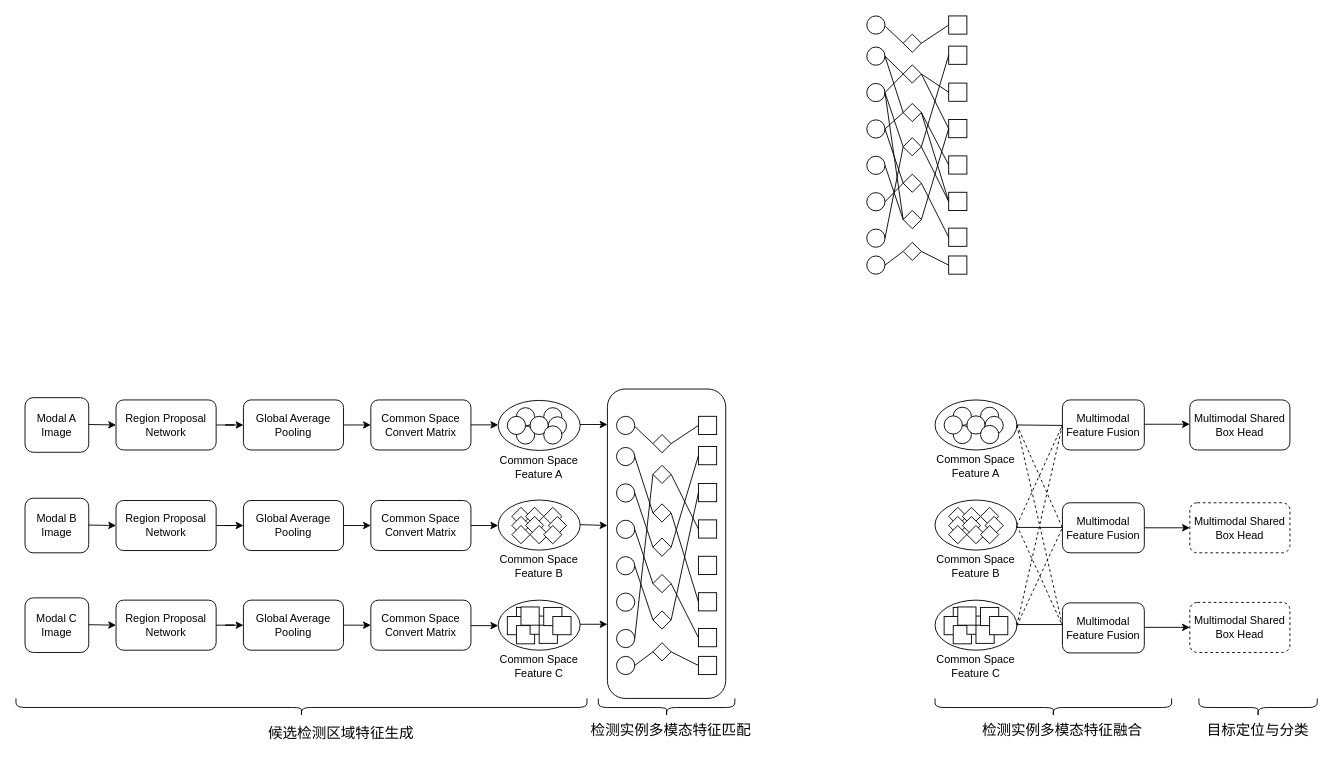
Earlier version of the draw.io diagram 多视角多模态目标检测3模态案例.drawio (thb1314/for_draw_io). Source tidied: cells renumbered, new cells numbered last; positions are measured from the earlier drawing's top-left corner, leaving out a move shared by most shapes. Both pictures are drawn from the tidied source at 91%, with x=0, y=0 at pixel (25, 15).
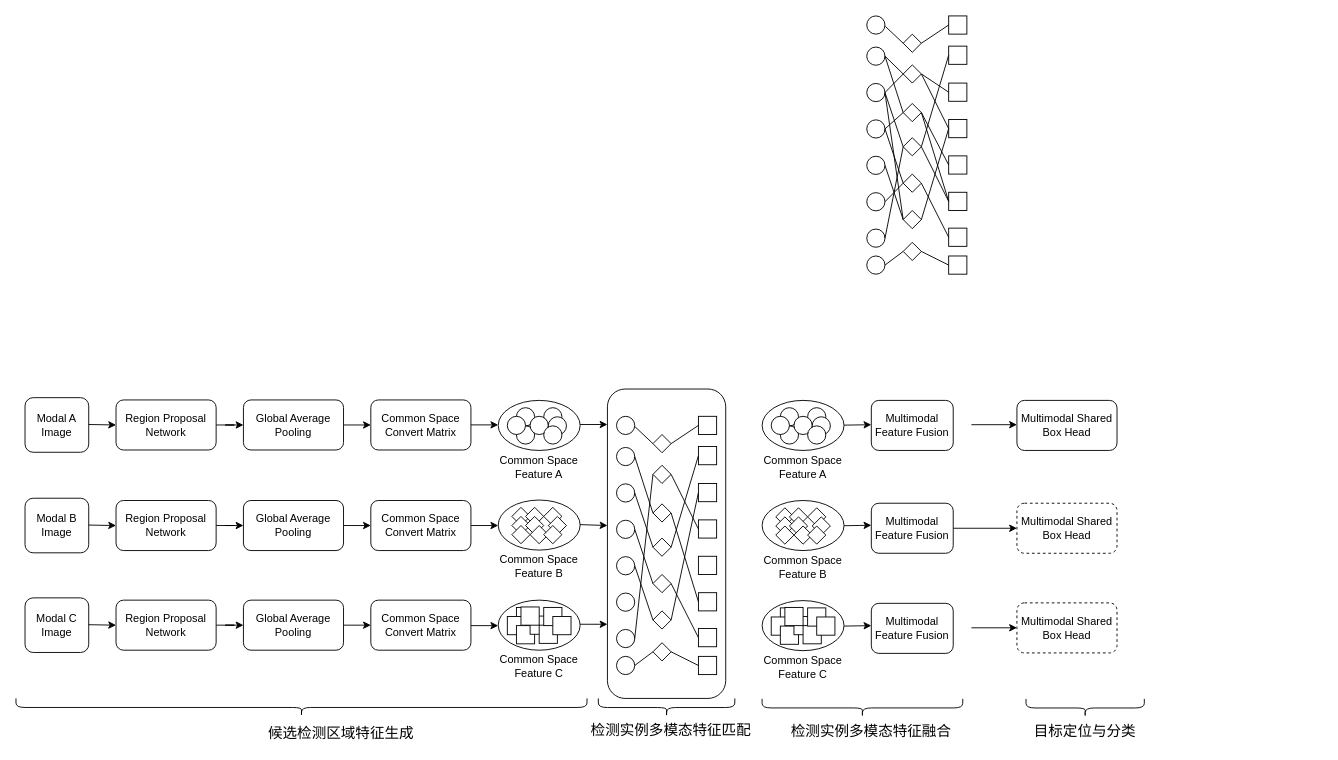
After the change.

Commit message (it also covers changes not shown here):
更新多视角多模态目标检测3模态案例.drawio

Change to the diagram source:
```diff
@@
     <mxCell id="5" value="&lt;font style=&quot;font-size: 16px;&quot;&gt;检测实例多模态特征融合&lt;/font&gt;" style="text;html=1;strokeColor=none;fillColor=none;align=center;verticalAlign=middle;whiteSpace=wrap;rounded=0;" parent="1" vertex="1">
-      <mxGeometry x="1050" y="772.5" width="180" height="25" as="geometry" />
+      <mxGeometry x="840" y="773" width="180" height="25" as="geometry" />
     </mxCell>
     <mxCell id="6" value="&lt;font style=&quot;font-size: 16px;&quot;&gt;目标定位与分类&lt;/font&gt;" style="text;html=1;strokeColor=none;fillColor=none;align=center;verticalAlign=middle;whiteSpace=wrap;rounded=0;" parent="1" vertex="1">
-      <mxGeometry x="1285" y="775" width="140" height="20" as="geometry" />
+      <mxGeometry x="1095" y="775.5" width="140" height="20" as="geometry" />
     </mxCell>
@@
     <mxCell id="81" value="Multimodal Shared Box&amp;nbsp;Head" style="rounded=1;whiteSpace=wrap;html=1;dashed=1;" parent="1" vertex="1">
-      <mxGeometry x="1280" y="535" width="110" height="55" as="geometry" />
+      <mxGeometry x="1090" y="535.5" width="110" height="55" as="geometry" />
     </mxCell>
     <mxCell id="82" value="Multimodal Shared Box&amp;nbsp;Head" style="rounded=1;whiteSpace=wrap;html=1;" parent="1" vertex="1">
-      <mxGeometry x="1280" y="422" width="110" height="55" as="geometry" />
+      <mxGeometry x="1090" y="422.5" width="110" height="55" as="geometry" />
     </mxCell>
     <mxCell id="83" value="Multimodal Shared Box&amp;nbsp;Head" style="rounded=1;whiteSpace=wrap;html=1;dashed=1;" parent="1" vertex="1">
-      <mxGeometry x="1280" y="644.5" width="110" height="55" as="geometry" />
+      <mxGeometry x="1090" y="645" width="110" height="55" as="geometry" />
     </mxCell>
@@
     <mxCell id="85" style="ellipse;whiteSpace=wrap;html=1;" parent="1" vertex="1">
-      <mxGeometry x="1000" y="422" width="90" height="55" as="geometry" />
+      <mxGeometry x="810" y="422.5" width="90" height="55" as="geometry" />
     </mxCell>
     <mxCell id="86" style="ellipse;whiteSpace=wrap;html=1;" parent="1" vertex="1">
-      <mxGeometry x="1020" y="430" width="20" height="20" as="geometry" />
+      <mxGeometry x="830" y="430.5" width="20" height="20" as="geometry" />
     </mxCell>
     <mxCell id="87" style="ellipse;whiteSpace=wrap;html=1;" parent="1" vertex="1">
-      <mxGeometry x="1050" y="430" width="20" height="20" as="geometry" />
+      <mxGeometry x="860" y="430.5" width="20" height="20" as="geometry" />
     </mxCell>
     <mxCell id="88" style="ellipse;whiteSpace=wrap;html=1;" parent="1" vertex="1">
-      <mxGeometry x="1020" y="450" width="20" height="20" as="geometry" />
+      <mxGeometry x="830" y="450.5" width="20" height="20" as="geometry" />
     </mxCell>
     <mxCell id="89" style="ellipse;whiteSpace=wrap;html=1;" parent="1" vertex="1">
-      <mxGeometry x="1010" y="439.5" width="20" height="20" as="geometry" />
+      <mxGeometry x="820" y="440" width="20" height="20" as="geometry" />
     </mxCell>
     <mxCell id="90" style="ellipse;whiteSpace=wrap;html=1;" parent="1" vertex="1">
-      <mxGeometry x="1035" y="439.5" width="20" height="20" as="geometry" />
+      <mxGeometry x="845" y="440" width="20" height="20" as="geometry" />
     </mxCell>
     <mxCell id="91" style="ellipse;whiteSpace=wrap;html=1;" parent="1" vertex="1">
-      <mxGeometry x="1055" y="440" width="20" height="20" as="geometry" />
+      <mxGeometry x="865" y="440.5" width="20" height="20" as="geometry" />
     </mxCell>
     <mxCell id="92" style="ellipse;whiteSpace=wrap;html=1;" parent="1" vertex="1">
-      <mxGeometry x="1050" y="450" width="20" height="20" as="geometry" />
+      <mxGeometry x="860" y="450.5" width="20" height="20" as="geometry" />
     </mxCell>
     <mxCell id="93" value="Common Space Feature A" style="text;html=1;strokeColor=none;fillColor=none;align=center;verticalAlign=middle;whiteSpace=wrap;rounded=0;" parent="1" vertex="1">
-      <mxGeometry x="990" y="480" width="110" height="30" as="geometry" />
+      <mxGeometry x="800" y="480.5" width="110" height="30" as="geometry" />
     </mxCell>
     <mxCell id="94" style="ellipse;whiteSpace=wrap;html=1;" parent="1" vertex="1">
-      <mxGeometry x="1000" y="532" width="90" height="55" as="geometry" />
+      <mxGeometry x="810" y="532.5" width="90" height="55" as="geometry" />
     </mxCell>
     <mxCell id="95" value="Common Space Feature B" style="text;html=1;strokeColor=none;fillColor=none;align=center;verticalAlign=middle;whiteSpace=wrap;rounded=0;" parent="1" vertex="1">
-      <mxGeometry x="990" y="590" width="110" height="30" as="geometry" />
+      <mxGeometry x="800" y="590.5" width="110" height="30" as="geometry" />
     </mxCell>
     <mxCell id="96" style="ellipse;whiteSpace=wrap;html=1;" parent="1" vertex="1">
-      <mxGeometry x="1000" y="642" width="90" height="55" as="geometry" />
+      <mxGeometry x="810" y="642.5" width="90" height="55" as="geometry" />
     </mxCell>
     <mxCell id="97" value="Common Space Feature C" style="text;html=1;strokeColor=none;fillColor=none;align=center;verticalAlign=middle;whiteSpace=wrap;rounded=0;" parent="1" vertex="1">
-      <mxGeometry x="990" y="700" width="110" height="30" as="geometry" />
+      <mxGeometry x="800" y="700.5" width="110" height="30" as="geometry" />
     </mxCell>
     <mxCell id="98" style="rhombus;whiteSpace=wrap;html=1;" parent="1" vertex="1">
-      <mxGeometry x="1015" y="540" width="20" height="20" as="geometry" />
+      <mxGeometry x="825" y="540.5" width="20" height="20" as="geometry" />
     </mxCell>
     <mxCell id="99" style="rhombus;whiteSpace=wrap;html=1;" parent="1" vertex="1">
-      <mxGeometry x="1015" y="550" width="20" height="20" as="geometry" />
+      <mxGeometry x="825" y="550.5" width="20" height="20" as="geometry" />
     </mxCell>
     <mxCell id="100" style="rhombus;whiteSpace=wrap;html=1;" parent="1" vertex="1">
-      <mxGeometry x="1015" y="560" width="20" height="20" as="geometry" />
+      <mxGeometry x="825" y="560.5" width="20" height="20" as="geometry" />
     </mxCell>
     <mxCell id="101" style="rhombus;whiteSpace=wrap;html=1;" parent="1" vertex="1">
-      <mxGeometry x="1030" y="540" width="20" height="20" as="geometry" />
+      <mxGeometry x="840" y="540.5" width="20" height="20" as="geometry" />
     </mxCell>
     <mxCell id="102" style="rhombus;whiteSpace=wrap;html=1;" parent="1" vertex="1">
-      <mxGeometry x="1030" y="550" width="20" height="20" as="geometry" />
+      <mxGeometry x="840" y="550.5" width="20" height="20" as="geometry" />
     </mxCell>
     <mxCell id="103" style="rhombus;whiteSpace=wrap;html=1;" parent="1" vertex="1">
-      <mxGeometry x="1050" y="540" width="20" height="20" as="geometry" />
+      <mxGeometry x="860" y="540.5" width="20" height="20" as="geometry" />
     </mxCell>
     <mxCell id="104" style="rhombus;whiteSpace=wrap;html=1;" parent="1" vertex="1">
-      <mxGeometry x="1035" y="560" width="20" height="20" as="geometry" />
+      <mxGeometry x="845" y="560.5" width="20" height="20" as="geometry" />
     </mxCell>
     <mxCell id="105" style="rhombus;whiteSpace=wrap;html=1;" parent="1" vertex="1">
-      <mxGeometry x="1055" y="550" width="20" height="20" as="geometry" />
+      <mxGeometry x="865" y="550.5" width="20" height="20" as="geometry" />
     </mxCell>
     <mxCell id="106" style="rhombus;whiteSpace=wrap;html=1;" parent="1" vertex="1">
-      <mxGeometry x="1050" y="560" width="20" height="20" as="geometry" />
+      <mxGeometry x="860" y="560.5" width="20" height="20" as="geometry" />
     </mxCell>
     <mxCell id="107" style="whiteSpace=wrap;html=1;" parent="1" vertex="1">
-      <mxGeometry x="1020" y="650" width="20" height="20" as="geometry" />
+      <mxGeometry x="830" y="650.5" width="20" height="20" as="geometry" />
     </mxCell>
     <mxCell id="108" style="whiteSpace=wrap;html=1;" parent="1" vertex="1">
-      <mxGeometry x="1010" y="660" width="20" height="20" as="geometry" />
+      <mxGeometry x="820" y="660.5" width="20" height="20" as="geometry" />
     </mxCell>
     <mxCell id="109" style="whiteSpace=wrap;html=1;" parent="1" vertex="1">
-      <mxGeometry x="1020" y="670" width="20" height="20" as="geometry" />
+      <mxGeometry x="830" y="670.5" width="20" height="20" as="geometry" />
     </mxCell>
     <mxCell id="110" style="whiteSpace=wrap;html=1;" parent="1" vertex="1">
-      <mxGeometry x="1035" y="659.5" width="20" height="20" as="geometry" />
+      <mxGeometry x="845" y="660" width="20" height="20" as="geometry" />
     </mxCell>
     <mxCell id="111" style="whiteSpace=wrap;html=1;" parent="1" vertex="1">
-      <mxGeometry x="1045" y="669.5" width="20" height="20" as="geometry" />
+      <mxGeometry x="855" y="670" width="20" height="20" as="geometry" />
     </mxCell>
     <mxCell id="112" style="whiteSpace=wrap;html=1;" parent="1" vertex="1">
-      <mxGeometry x="1025" y="649.5" width="20" height="20" as="geometry" />
+      <mxGeometry x="835" y="650" width="20" height="20" as="geometry" />
     </mxCell>
     <mxCell id="113" style="whiteSpace=wrap;html=1;" parent="1" vertex="1">
-      <mxGeometry x="1050" y="650" width="20" height="20" as="geometry" />
+      <mxGeometry x="860" y="650.5" width="20" height="20" as="geometry" />
     </mxCell>
     <mxCell id="114" style="whiteSpace=wrap;html=1;" parent="1" vertex="1">
-      <mxGeometry x="1060" y="660" width="20" height="20" as="geometry" />
+      <mxGeometry x="870" y="660.5" width="20" height="20" as="geometry" />
     </mxCell>
     <mxCell id="115" value="Multimodal&lt;br style=&quot;border-color: var(--border-color);&quot;&gt;Feature Fusion" style="rounded=1;whiteSpace=wrap;html=1;" parent="1" vertex="1">
-      <mxGeometry x="1140" y="422" width="90" height="55" as="geometry" />
+      <mxGeometry x="930" y="422.5" width="90" height="55" as="geometry" />
     </mxCell>
-    <mxCell id="116" style="endArrow=none;html=1;rounded=0;entryX=0;entryY=0.5;entryDx=0;entryDy=0;exitX=1;exitY=0.5;exitDx=0;exitDy=0;dashed=1;" parent="1" edge="1" source="94" target="115">
-      <mxGeometry relative="1" as="geometry" />
-    </mxCell>
-    <mxCell id="117" style="endArrow=none;html=1;rounded=0;entryX=0;entryY=0.5;entryDx=0;entryDy=0;exitX=1;exitY=0.5;exitDx=0;exitDy=0;dashed=1;" parent="1" edge="1" source="96" target="115">
-      <mxGeometry relative="1" as="geometry" />
-    </mxCell>
-    <mxCell id="118" style="endArrow=none;html=1;rounded=0;exitX=1;exitY=0.5;exitDx=0;exitDy=0;" parent="1" edge="1" source="85">
-      <mxGeometry relative="1" as="geometry">
-        <mxPoint x="1140" y="450" as="targetPoint" />
-      </mxGeometry>
-    </mxCell>
@@
     <mxCell id="120" value="Multimodal&lt;br style=&quot;border-color: var(--border-color);&quot;&gt;Feature Fusion" style="rounded=1;whiteSpace=wrap;html=1;" parent="1" vertex="1">
-      <mxGeometry x="1140" y="535" width="90" height="55" as="geometry" />
+      <mxGeometry x="930" y="535.5" width="90" height="55" as="geometry" />
     </mxCell>
     <mxCell id="121" value="Multimodal&lt;br style=&quot;border-color: var(--border-color);&quot;&gt;Feature Fusion" style="rounded=1;whiteSpace=wrap;html=1;" parent="1" vertex="1">
-      <mxGeometry x="1140" y="645" width="90" height="55" as="geometry" />
+      <mxGeometry x="930" y="645.5" width="90" height="55" as="geometry" />
     </mxCell>
-    <mxCell id="122" style="endArrow=none;html=1;rounded=0;exitX=1;exitY=0.5;exitDx=0;exitDy=0;" parent="1" edge="1">
-      <mxGeometry relative="1" as="geometry">
-        <mxPoint x="1090" y="562.1" as="sourcePoint" />
-        <mxPoint x="1140" y="562.1" as="targetPoint" />
-      </mxGeometry>
-    </mxCell>
-    <mxCell id="123" style="endArrow=none;html=1;rounded=0;exitX=1;exitY=0.5;exitDx=0;exitDy=0;" parent="1" edge="1">
-      <mxGeometry relative="1" as="geometry">
-        <mxPoint x="1090" y="668.8" as="sourcePoint" />
-        <mxPoint x="1140" y="668.8" as="targetPoint" />
-      </mxGeometry>
-    </mxCell>
-    <mxCell id="124" style="endArrow=none;html=1;rounded=0;entryX=0;entryY=0.5;entryDx=0;entryDy=0;exitX=1;exitY=0.5;exitDx=0;exitDy=0;dashed=1;" parent="1" edge="1" source="85" target="120">
-      <mxGeometry relative="1" as="geometry" />
-    </mxCell>
-    <mxCell id="125" style="endArrow=none;html=1;rounded=0;entryX=0;entryY=0.5;entryDx=0;entryDy=0;dashed=1;" parent="1" edge="1" target="120">
-      <mxGeometry relative="1" as="geometry">
-        <mxPoint x="1090" y="670" as="sourcePoint" />
-      </mxGeometry>
-    </mxCell>
-    <mxCell id="126" style="endArrow=none;html=1;rounded=0;dashed=1;" parent="1" edge="1">
-      <mxGeometry relative="1" as="geometry">
-        <mxPoint x="1090" y="450" as="sourcePoint" />
-        <mxPoint x="1140" y="670" as="targetPoint" />
-      </mxGeometry>
-    </mxCell>
-    <mxCell id="127" style="endArrow=none;html=1;rounded=0;exitX=1;exitY=0.5;exitDx=0;exitDy=0;dashed=1;" parent="1" edge="1">
-      <mxGeometry relative="1" as="geometry">
-        <mxPoint x="1090" y="560" as="sourcePoint" />
-        <mxPoint x="1140" y="670" as="targetPoint" />
-      </mxGeometry>
-    </mxCell>
     <mxCell id="128" style="edgeStyle=orthogonalEdgeStyle;rounded=0;orthogonalLoop=1;jettySize=auto;html=1;exitX=1;exitY=0.5;exitDx=0;exitDy=0;" parent="1" edge="1">
       <mxGeometry relative="1" as="geometry">
-        <mxPoint x="1230" y="671.9" as="sourcePoint" />
-        <mxPoint x="1280" y="671.9" as="targetPoint" />
+        <mxPoint x="1040" y="672.4" as="sourcePoint" />
+        <mxPoint x="1090" y="672.4" as="targetPoint" />
       </mxGeometry>
     </mxCell>
     <mxCell id="129" style="edgeStyle=orthogonalEdgeStyle;rounded=0;orthogonalLoop=1;jettySize=auto;html=1;exitX=1;exitY=0.5;exitDx=0;exitDy=0;" parent="1" edge="1">
       <mxGeometry relative="1" as="geometry">
-        <mxPoint x="1230" y="448.7" as="sourcePoint" />
-        <mxPoint x="1280" y="448.7" as="targetPoint" />
+        <mxPoint x="1040" y="449.2" as="sourcePoint" />
+        <mxPoint x="1090" y="449.2" as="targetPoint" />
       </mxGeometry>
     </mxCell>
@@
     <mxCell id="132" style="shape=curlyBracket;whiteSpace=wrap;html=1;rounded=1;flipH=1;labelPosition=right;verticalLabelPosition=middle;align=left;verticalAlign=middle;rotation=90;" parent="1" vertex="1">
-      <mxGeometry x="1120" y="630" width="20" height="260" as="geometry" />
+      <mxGeometry x="910.2" y="650.2" width="20" height="220.5" as="geometry" />
     </mxCell>
     <mxCell id="133" style="shape=curlyBracket;whiteSpace=wrap;html=1;rounded=1;flipH=1;labelPosition=right;verticalLabelPosition=middle;align=left;verticalAlign=middle;rotation=90;" parent="1" vertex="1">
-      <mxGeometry x="1345" y="695" width="20" height="130" as="geometry" />
+      <mxGeometry x="1155" y="695.5" width="20" height="130" as="geometry" />
     </mxCell>
@@
+    <mxCell id="198" style="endArrow=classic;html=1;rounded=0;" parent="1" edge="1">
+      <mxGeometry relative="1" as="geometry">
+        <mxPoint x="900" y="670.5" as="sourcePoint" />
+        <mxPoint x="930" y="670" as="targetPoint" />
+      </mxGeometry>
+    </mxCell>
+    <mxCell id="199" style="endArrow=classic;html=1;rounded=0;" parent="1" edge="1">
+      <mxGeometry relative="1" as="geometry">
+        <mxPoint x="900" y="560.2" as="sourcePoint" />
+        <mxPoint x="930" y="559.7" as="targetPoint" />
+      </mxGeometry>
+    </mxCell>
+    <mxCell id="200" style="endArrow=classic;html=1;rounded=0;" parent="1" edge="1">
+      <mxGeometry relative="1" as="geometry">
+        <mxPoint x="900" y="449.7" as="sourcePoint" />
+        <mxPoint x="930" y="449.2" as="targetPoint" />
+      </mxGeometry>
+    </mxCell>
```
